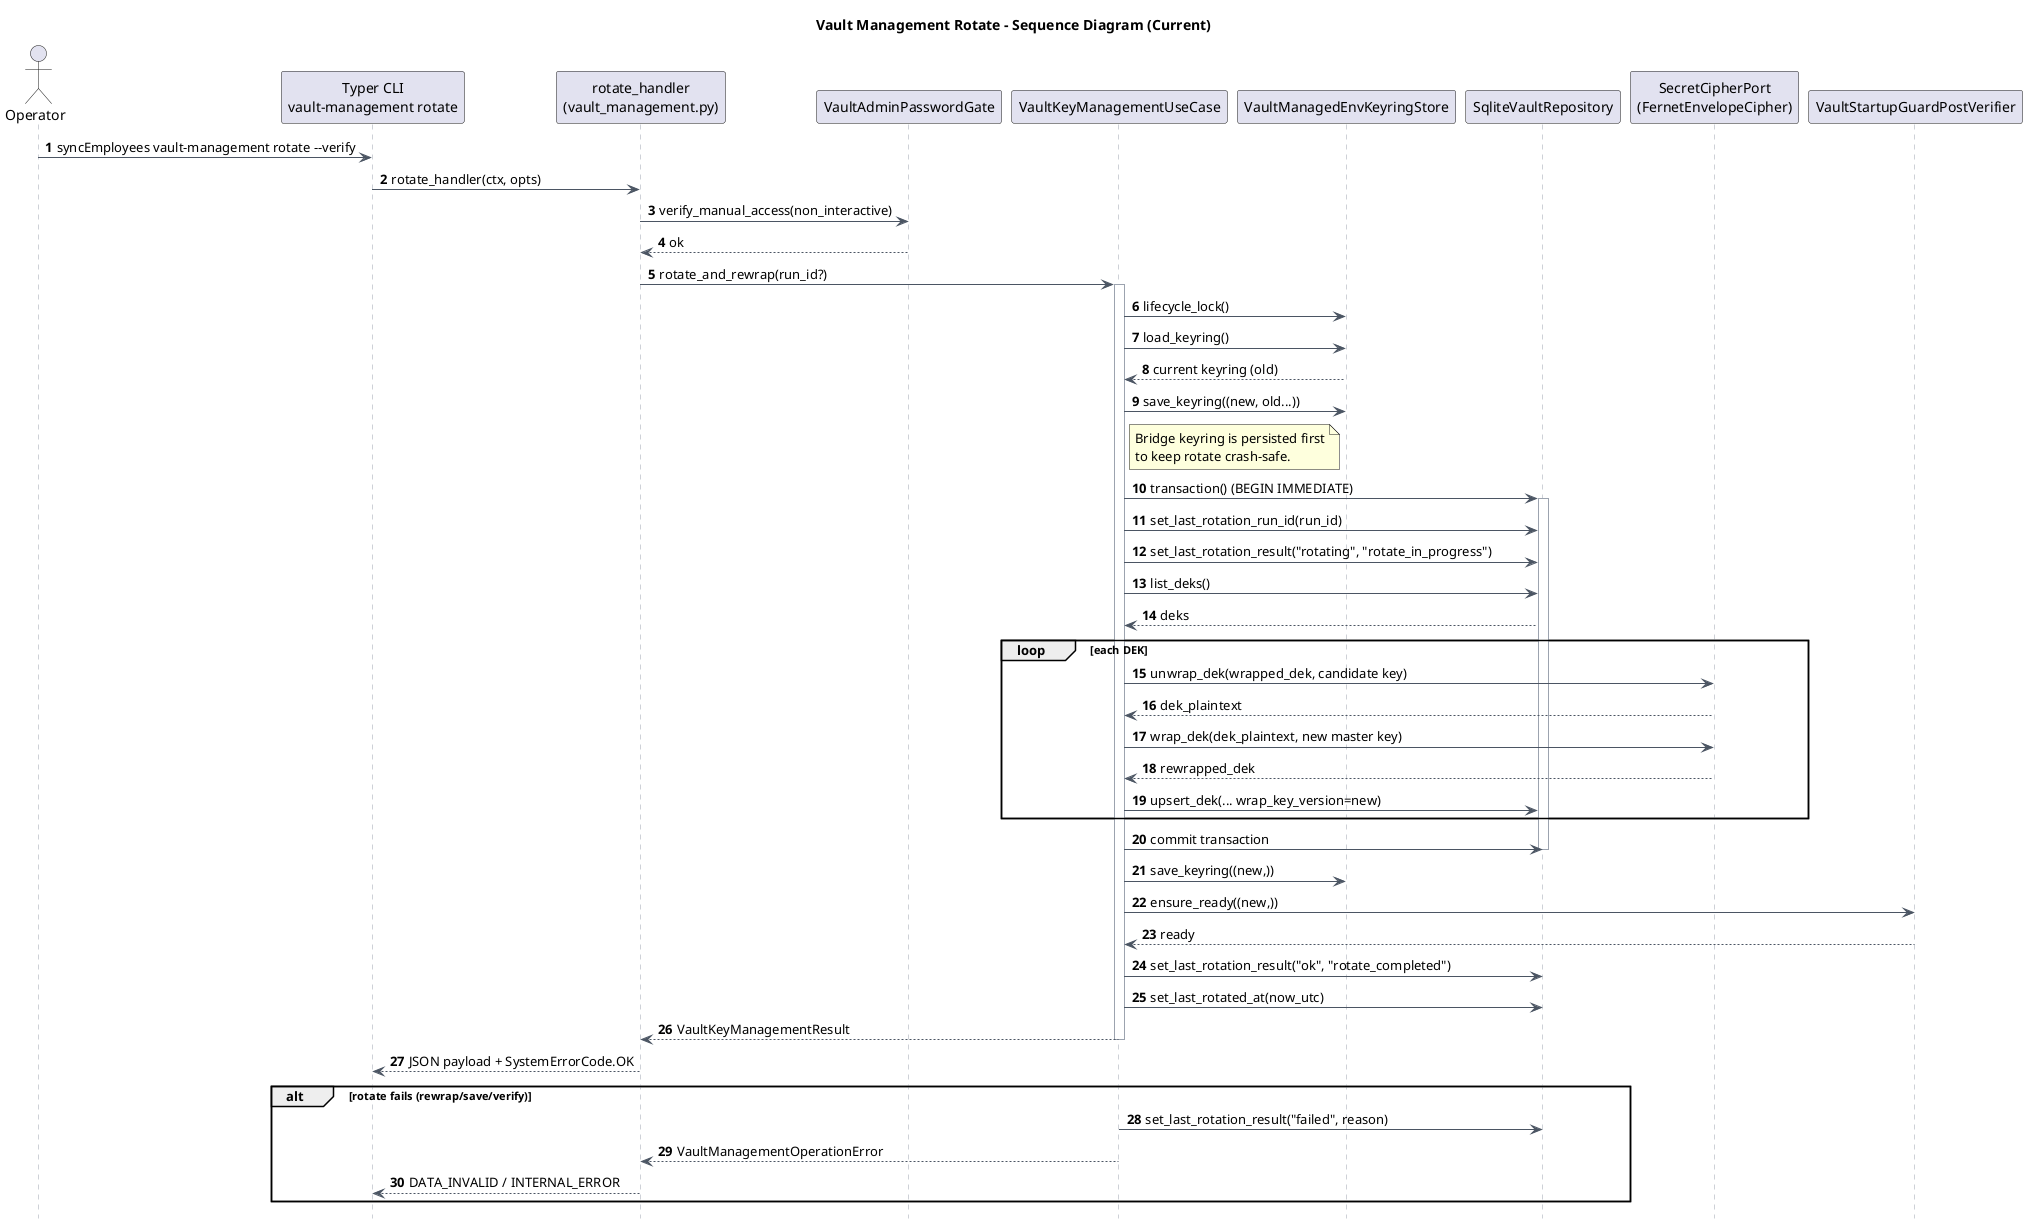
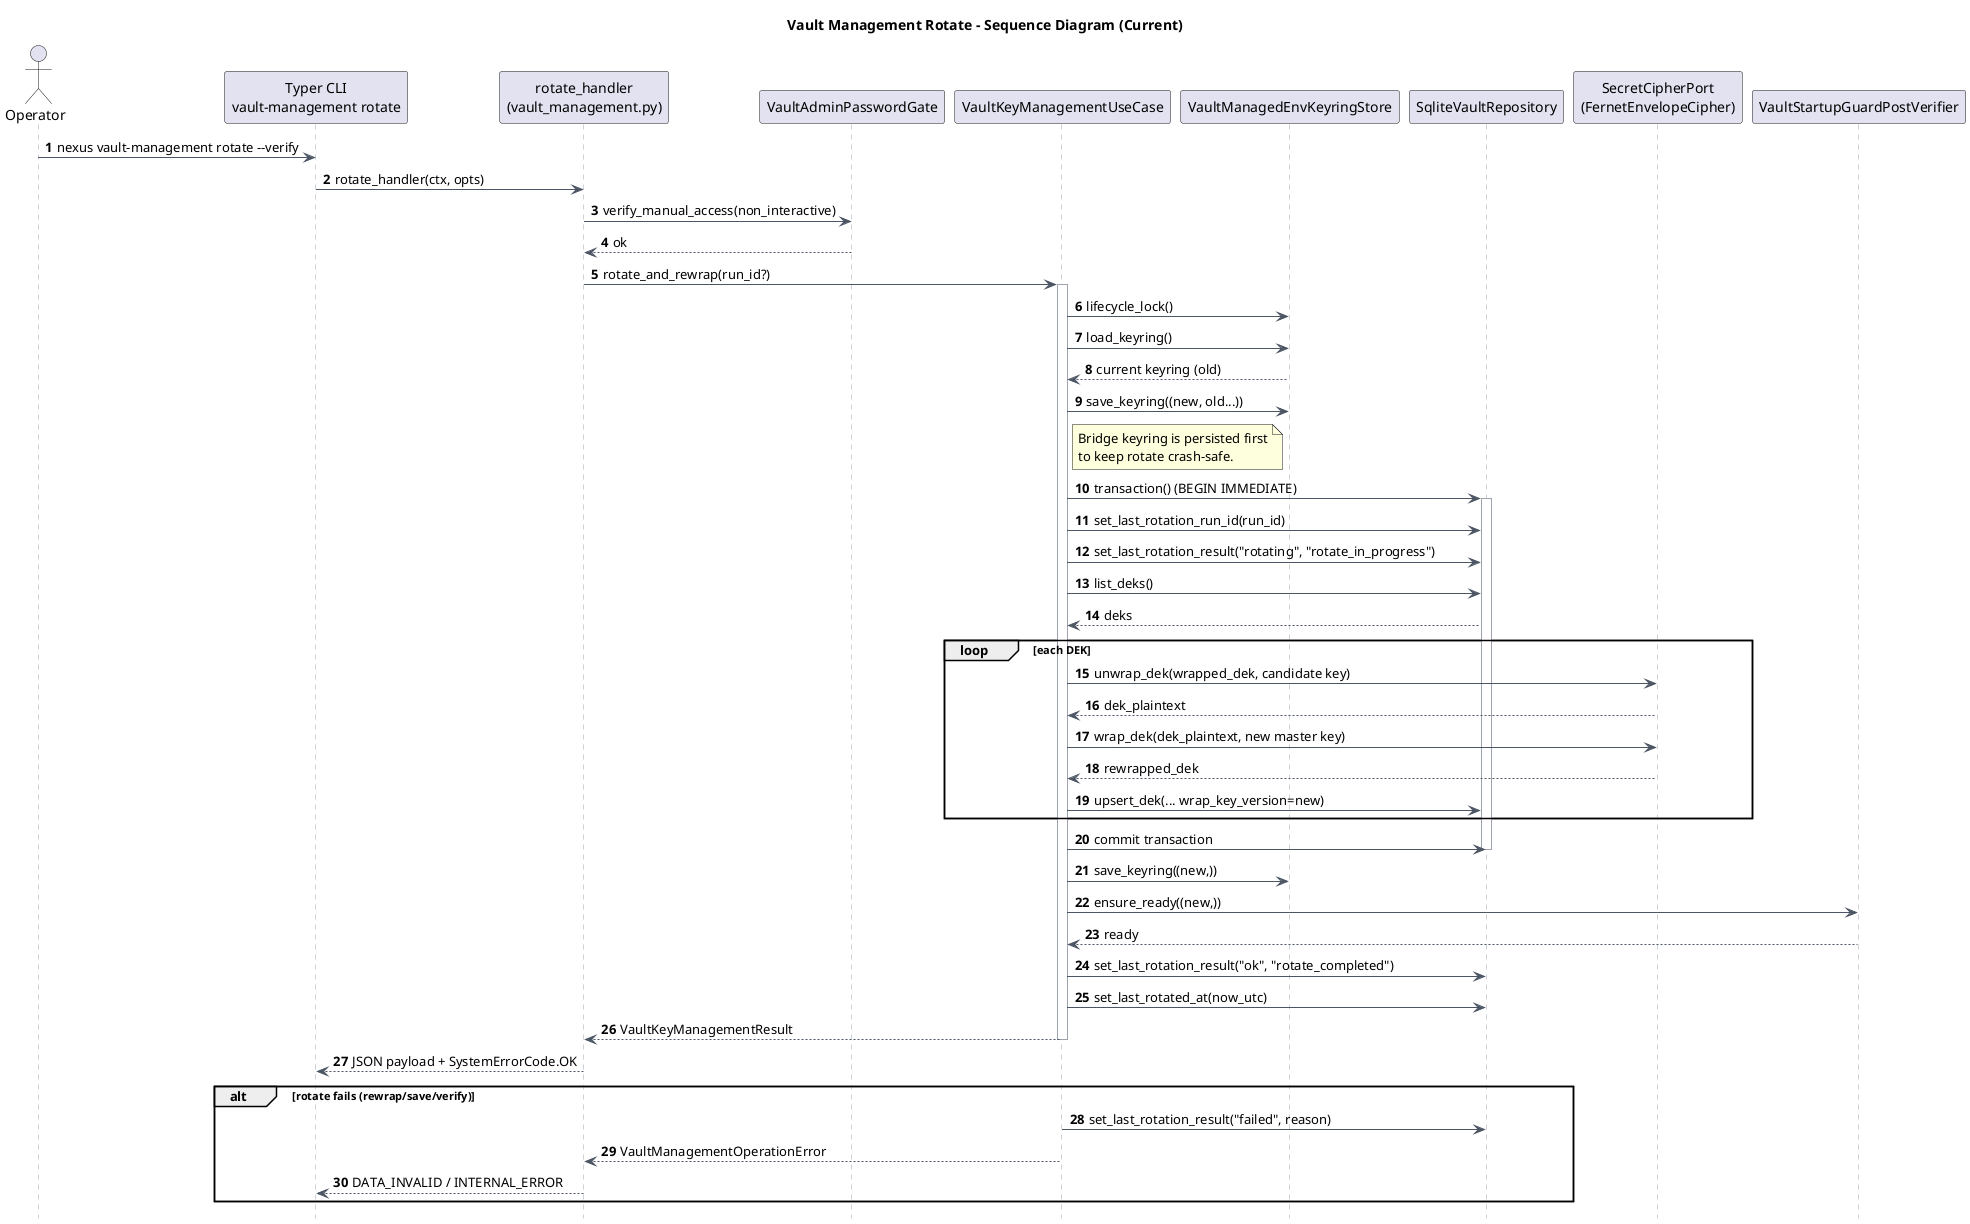
@startuml
title Vault Management Rotate - Sequence Diagram (Current)
skinparam backgroundColor white
skinparam linetype ortho
skinparam defaultFontName Arial
skinparam sequence {
  ArrowColor #4b5563
  LifeLineBorderColor #9ca3af
}
hide footbox
autonumber

actor Operator
participant "Typer CLI\nvault-management rotate" as CLI
participant "rotate_handler\n(vault_management.py)" as Handler
participant "VaultAdminPasswordGate" as Gate
participant "VaultKeyManagementUseCase" as Usecase
participant "VaultManagedEnvKeyringStore" as Store
participant "SqliteVaultRepository" as Repo
participant "SecretCipherPort\n(FernetEnvelopeCipher)" as Cipher
participant "VaultStartupGuardPostVerifier" as Verify

- Operator -> CLI : syncEmployees vault-management rotate --verify
+ Operator -> CLI : nexus vault-management rotate --verify
CLI -> Handler : rotate_handler(ctx, opts)
Handler -> Gate : verify_manual_access(non_interactive)
Gate --> Handler : ok

Handler -> Usecase : rotate_and_rewrap(run_id?)
activate Usecase
Usecase -> Store : lifecycle_lock()
Usecase -> Store : load_keyring()
Store --> Usecase : current keyring (old)
Usecase -> Store : save_keyring((new, old...))
note right of Usecase
  Bridge keyring is persisted first
  to keep rotate crash-safe.
end note

Usecase -> Repo : transaction() (BEGIN IMMEDIATE)
activate Repo
Usecase -> Repo : set_last_rotation_run_id(run_id)
Usecase -> Repo : set_last_rotation_result("rotating", "rotate_in_progress")
Usecase -> Repo : list_deks()
Repo --> Usecase : deks

loop each DEK
  Usecase -> Cipher : unwrap_dek(wrapped_dek, candidate key)
  Cipher --> Usecase : dek_plaintext
  Usecase -> Cipher : wrap_dek(dek_plaintext, new master key)
  Cipher --> Usecase : rewrapped_dek
  Usecase -> Repo : upsert_dek(... wrap_key_version=new)
end

Usecase -> Repo : commit transaction
deactivate Repo
Usecase -> Store : save_keyring((new,))
Usecase -> Verify : ensure_ready((new,))
Verify --> Usecase : ready
Usecase -> Repo : set_last_rotation_result("ok", "rotate_completed")
Usecase -> Repo : set_last_rotated_at(now_utc)
Usecase --> Handler : VaultKeyManagementResult

deactivate Usecase
Handler --> CLI : JSON payload + SystemErrorCode.OK

alt rotate fails (rewrap/save/verify)
  Usecase -> Repo : set_last_rotation_result("failed", reason)
  Usecase --> Handler : VaultManagementOperationError
  Handler --> CLI : DATA_INVALID / INTERNAL_ERROR
end

@enduml
